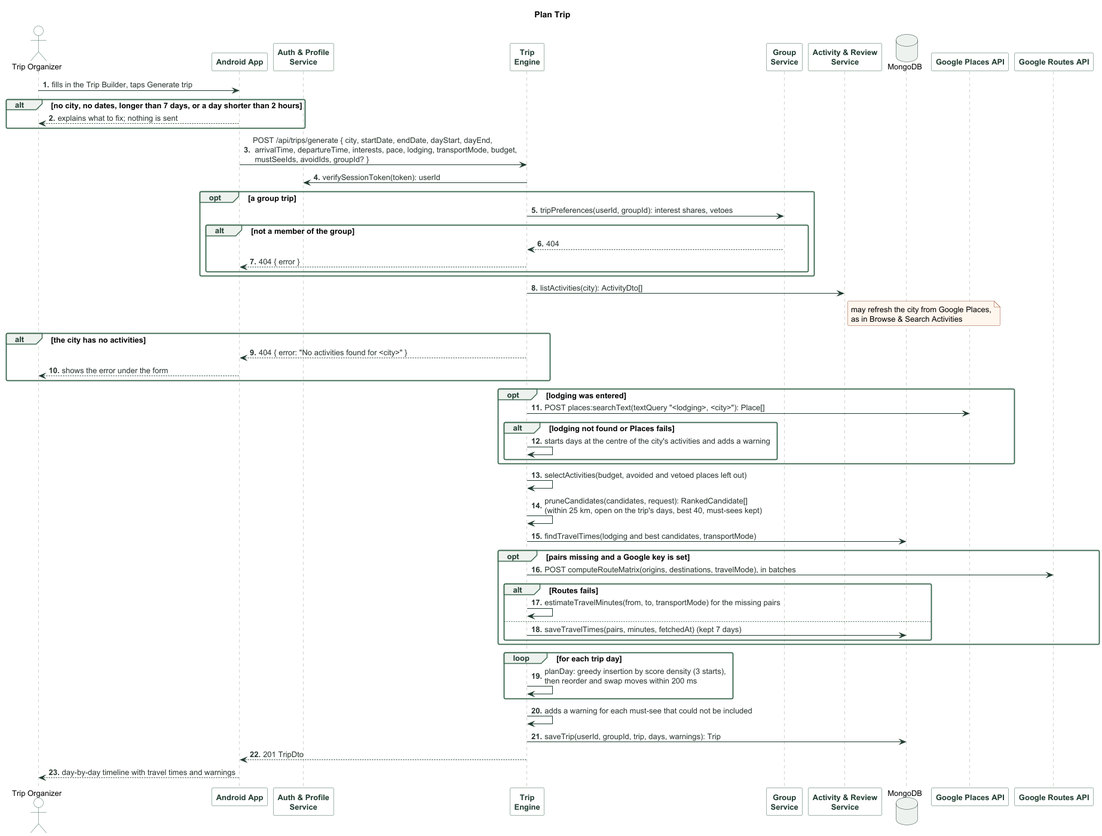
Above: documentation/images/seq_plan_trip.png in abhiverma13/TimeTravel (PlantUML), before the change.
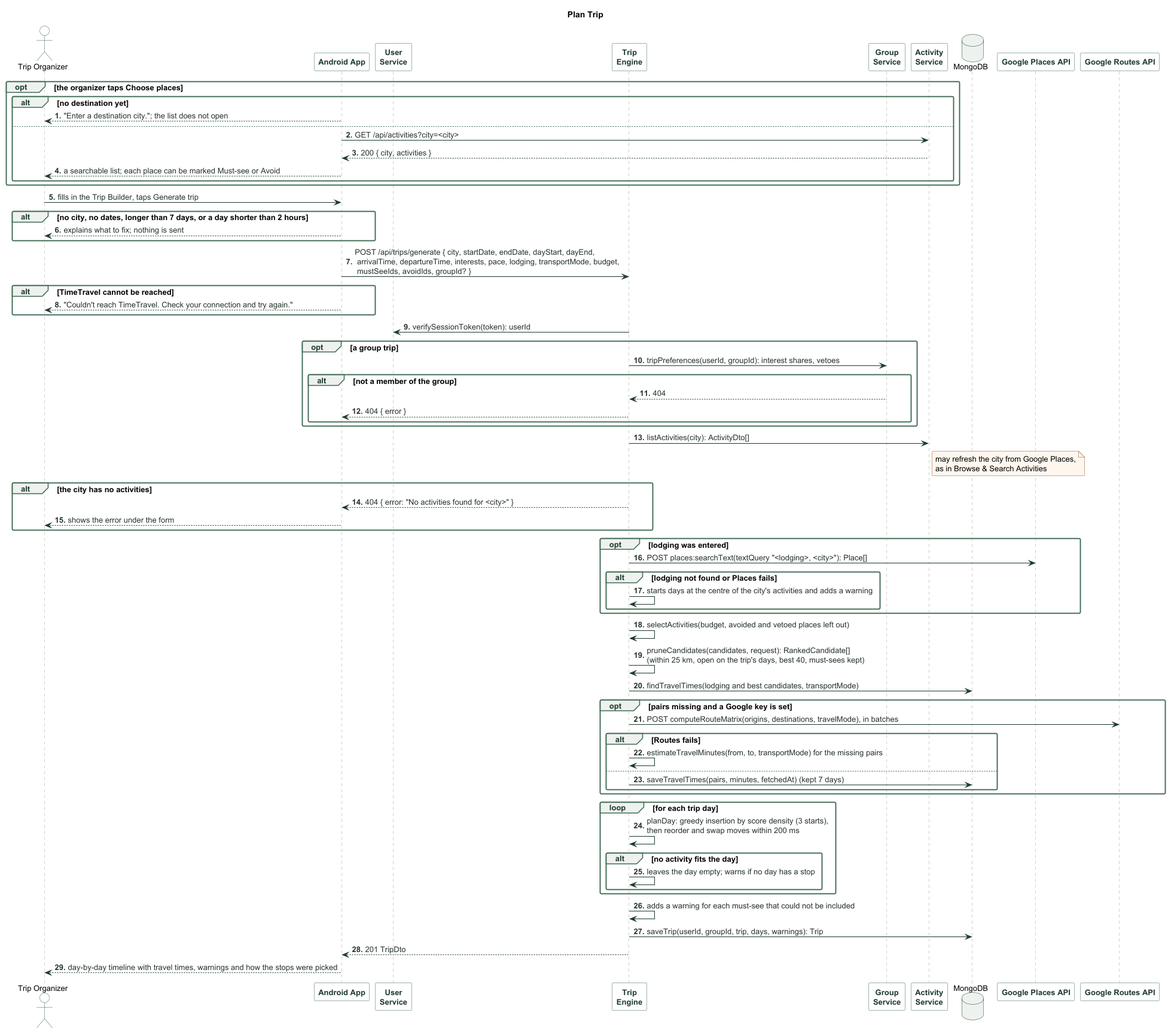
The same file after the commit.

What changed in the source:
```diff
@@ -4,19 +4,31 @@
 
 actor "Trip Organizer" as Organizer
 participant "Android App" as App
-participant "Auth & Profile\nService" as Auth
+participant "User\nService" as Auth
 participant "Trip\nEngine" as Engine
 participant "Group\nService" as Groups
-participant "Activity & Review\nService" as Activities
+participant "Activity\nService" as Activities
 database MongoDB
 participant "Google Places API" as Places
 participant "Google Routes API" as Routes
 
+opt the organizer taps Choose places
+  alt no destination yet
+    App --> Organizer : "Enter a destination city."; the list does not open
+  else
+    App -> Activities : GET /api/activities?city=<city>
+    Activities --> App : 200 { city, activities }
+    App --> Organizer : a searchable list; each place can be marked Must-see or Avoid
+  end
+end
 Organizer -> App : fills in the Trip Builder, taps Generate trip
 alt no city, no dates, longer than 7 days, or a day shorter than 2 hours
   App --> Organizer : explains what to fix; nothing is sent
 end
 App -> Engine : POST /api/trips/generate { city, startDate, endDate, dayStart, dayEnd,\n arrivalTime, departureTime, interests, pace, lodging, transportMode, budget,\n mustSeeIds, avoidIds, groupId? }
+alt TimeTravel cannot be reached
+  App --> Organizer : "Couldn't reach TimeTravel. Check your connection and try again."
+end
 Engine -> Auth : verifySessionToken(token): userId
 opt a group trip
   Engine -> Groups : tripPreferences(userId, groupId): interest shares, vetoes
@@ -50,9 +62,12 @@
 end
 loop for each trip day
   Engine -> Engine : planDay: greedy insertion by score density (3 starts),\nthen reorder and swap moves within 200 ms
+  alt no activity fits the day
+    Engine -> Engine : leaves the day empty; warns if no day has a stop
+  end
 end
 Engine -> Engine : adds a warning for each must-see that could not be included
 Engine -> MongoDB : saveTrip(userId, groupId, trip, days, warnings): Trip
 Engine --> App : 201 TripDto
-App --> Organizer : day-by-day timeline with travel times and warnings
+App --> Organizer : day-by-day timeline with travel times, warnings and how the stops were picked
 @enduml
```
